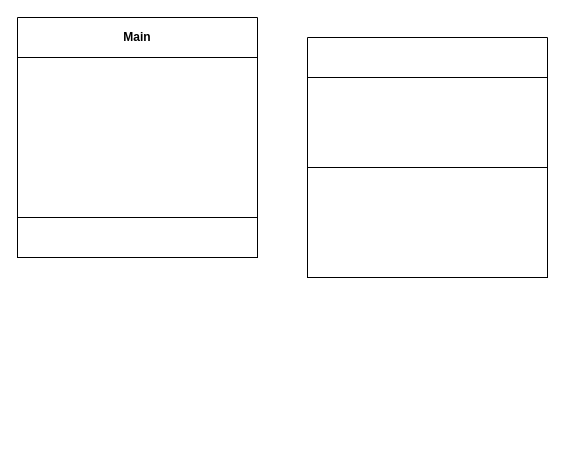
DanciuA004/Year3Project keeps this draw.io diagram as documents/Connect4 UML.drawio. Above is the earlier version. Source tidied: cells renumbered, new cells numbered last; positions are measured from the earlier drawing's top-left corner, leaving out a move shared by most shapes. Both pictures are drawn from the tidied source at 100%, with x=0, y=0 at pixel (17, 17).
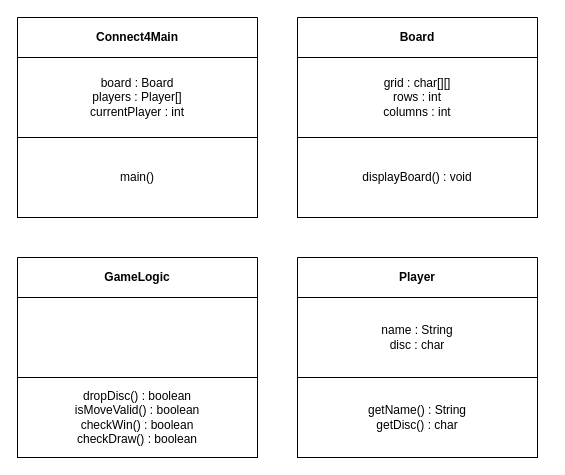
The same diagram, later.

Commit message:
Made a basic UML for connect4 game to get started

Diff of the diagram source:
```diff
@@
 <mxGraphModel>
   <root>
     <mxCell id="0" />
     <mxCell id="1" parent="0" />
-    <mxCell id="2" value="Main" style="swimlane;whiteSpace=wrap;html=1;startSize=40;" parent="1" vertex="1">
-      <mxGeometry width="240" height="240" as="geometry" />
+    <mxCell id="2" value="Connect4Main" style="swimlane;whiteSpace=wrap;html=1;startSize=40;" parent="1" vertex="1">
+      <mxGeometry width="240" height="200" as="geometry" />
     </mxCell>
-    <mxCell id="3" style="whiteSpace=wrap;html=1;" parent="2" vertex="1">
-      <mxGeometry y="40" width="240" height="160" as="geometry" />
+    <mxCell id="3" value="board : Board&lt;br&gt;players : Player[]&lt;br&gt;currentPlayer : int" style="whiteSpace=wrap;html=1;" parent="2" vertex="1">
+      <mxGeometry y="40" width="240" height="80" as="geometry" />
     </mxCell>
-    <mxCell id="4" style="whiteSpace=wrap;html=1;" parent="2" vertex="1">
-      <mxGeometry y="200" width="240" height="40" as="geometry" />
+    <mxCell id="4" value="main()" style="whiteSpace=wrap;html=1;" parent="2" vertex="1">
+      <mxGeometry y="120" width="240" height="80" as="geometry" />
     </mxCell>
-    <mxCell id="5" style="swimlane;whiteSpace=wrap;html=1;startSize=40;" parent="1" vertex="1">
-      <mxGeometry x="290" y="20" width="240" height="240" as="geometry" />
-    </mxCell>
-    <mxCell id="6" style="whiteSpace=wrap;html=1;" parent="5" vertex="1">
-      <mxGeometry y="40" width="240" height="90" as="geometry" />
-    </mxCell>
-    <mxCell id="7" style="whiteSpace=wrap;html=1;" parent="5" vertex="1">
-      <mxGeometry y="130" width="240" height="110" as="geometry" />
-    </mxCell>
+    <mxCell id="8" value="Board" style="swimlane;whiteSpace=wrap;html=1;startSize=40;" parent="1" vertex="1">
+      <mxGeometry x="280" width="240" height="200" as="geometry" />
+    </mxCell>
+    <mxCell id="9" value="grid : char[][]&lt;br&gt;rows : int&lt;br&gt;columns : int" style="whiteSpace=wrap;html=1;" parent="8" vertex="1">
+      <mxGeometry y="40" width="240" height="80" as="geometry" />
+    </mxCell>
+    <mxCell id="10" value="displayBoard() : void" style="whiteSpace=wrap;html=1;" parent="8" vertex="1">
+      <mxGeometry y="120" width="240" height="80" as="geometry" />
+    </mxCell>
+    <mxCell id="11" value="GameLogic" style="swimlane;whiteSpace=wrap;html=1;startSize=40;" parent="1" vertex="1">
+      <mxGeometry y="240" width="240" height="200" as="geometry" />
+    </mxCell>
+    <mxCell id="12" style="whiteSpace=wrap;html=1;" parent="11" vertex="1">
+      <mxGeometry y="40" width="240" height="80" as="geometry" />
+    </mxCell>
+    <mxCell id="13" value="dropDisc() : boolean&lt;br&gt;isMoveValid() : boolean&lt;br&gt;checkWin() : boolean&lt;br&gt;checkDraw() : boolean" style="whiteSpace=wrap;html=1;" parent="11" vertex="1">
+      <mxGeometry y="120" width="240" height="80" as="geometry" />
+    </mxCell>
+    <mxCell id="14" value="Player" style="swimlane;whiteSpace=wrap;html=1;startSize=40;" parent="1" vertex="1">
+      <mxGeometry x="280" y="240" width="240" height="200" as="geometry" />
+    </mxCell>
+    <mxCell id="15" value="name : String&lt;br&gt;disc : char" style="whiteSpace=wrap;html=1;" parent="14" vertex="1">
+      <mxGeometry y="40" width="240" height="80" as="geometry" />
+    </mxCell>
+    <mxCell id="16" value="getName() : String&lt;br&gt;getDisc() : char" style="whiteSpace=wrap;html=1;" parent="14" vertex="1">
+      <mxGeometry y="120" width="240" height="80" as="geometry" />
+    </mxCell>
   </root>
 </mxGraphModel>
```
